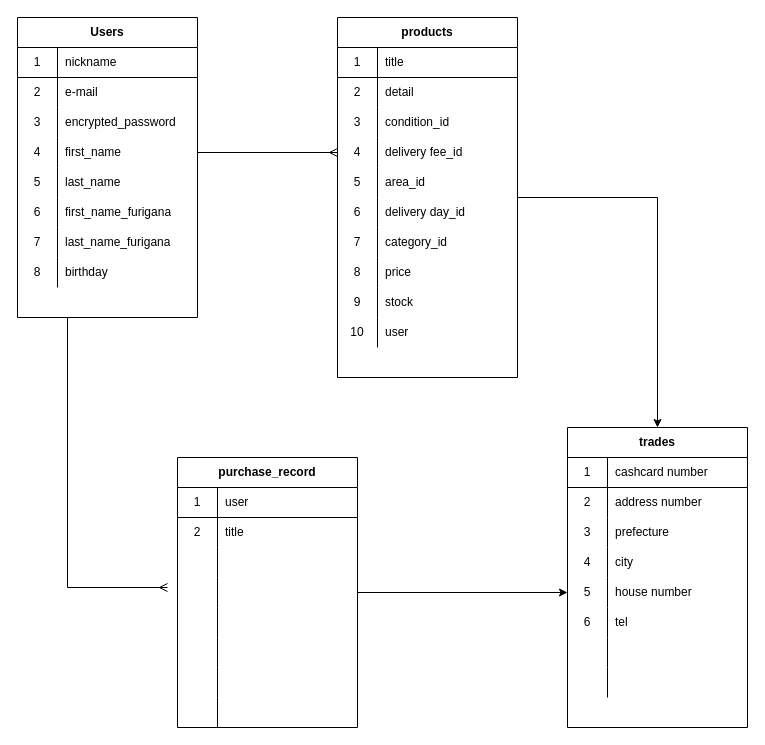
Earlier version of the draw.io diagram database.dio (sontixyou/furima-33852). Source tidied: cells renumbered, new cells numbered last; positions are measured from the earlier drawing's top-left corner, leaving out a move shared by most shapes. Both pictures are drawn from the tidied source at 100%, with x=0, y=0 at pixel (17, 17).
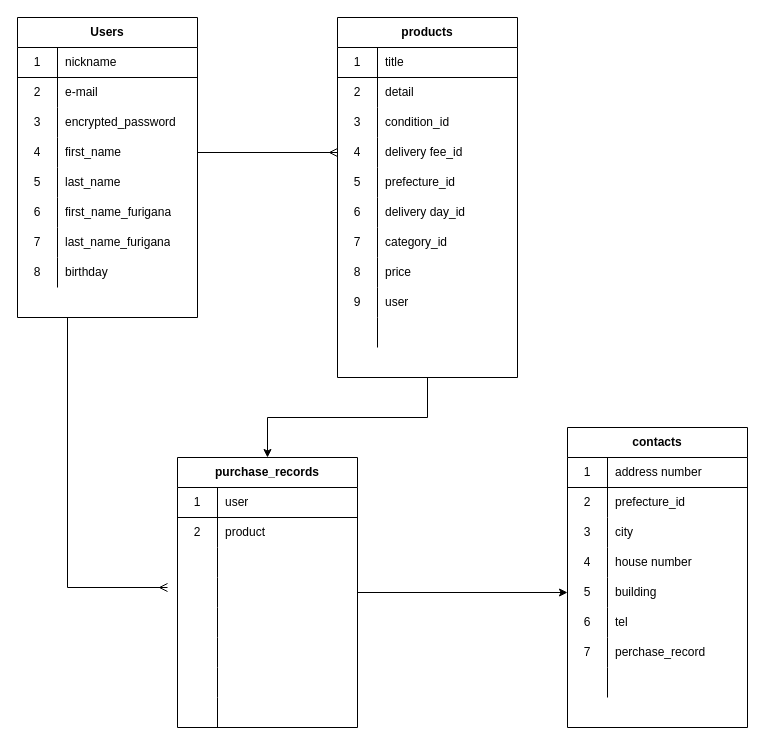
The same page after the edit.

Commit message (it also covers changes not shown here):
テーブル修正4

The change refers to these unchanged cells:
```xml
<mxCell id="29" value="products" style="shape=table;html=1;whiteSpace=wrap;startSize=30;childLayout=tableLayout;rowLines=0;fontStyle=1;align=center;" parent="1" vertex="1">
  <mxGeometry x="320" width="180" height="360" as="geometry" />
</mxCell>
<mxCell id="42" style="shape=partialRectangle;html=1;whiteSpace=wrap;fillColor=none;top=0;left=0;bottom=0;right=0;" parent="29" vertex="1">
  <mxGeometry y="150" width="180" height="30" as="geometry" />
</mxCell>
<mxCell id="54" style="shape=partialRectangle;html=1;whiteSpace=wrap;fillColor=none;top=0;left=0;bottom=0;right=0;" parent="29" vertex="1">
  <mxGeometry y="270" width="180" height="30" as="geometry" />
</mxCell>
<mxCell id="57" style="shape=partialRectangle;html=1;whiteSpace=wrap;fillColor=none;top=0;left=0;bottom=0;right=0;" parent="29" vertex="1">
  <mxGeometry y="300" width="180" height="30" as="geometry" />
</mxCell>
<mxCell id="64" style="shape=partialRectangle;html=1;whiteSpace=wrap;fillColor=none;top=0;left=0;bottom=0;right=0;" parent="60" vertex="1">
  <mxGeometry y="60" width="180" height="30" as="geometry" />
</mxCell>
<mxCell id="88" style="shape=partialRectangle;html=1;whiteSpace=wrap;fillColor=none;top=0;left=0;bottom=1;right=0;" parent="87" vertex="1">
  <mxGeometry y="30" width="180" height="30" as="geometry" />
</mxCell>
<mxCell id="91" style="shape=partialRectangle;html=1;whiteSpace=wrap;fillColor=none;top=0;left=0;bottom=0;right=0;" parent="87" vertex="1">
  <mxGeometry y="60" width="180" height="30" as="geometry" />
</mxCell>
<mxCell id="94" style="shape=partialRectangle;html=1;whiteSpace=wrap;fillColor=none;top=0;left=0;bottom=0;right=0;" parent="87" vertex="1">
  <mxGeometry y="90" width="180" height="30" as="geometry" />
</mxCell>
<mxCell id="97" style="shape=partialRectangle;html=1;whiteSpace=wrap;fillColor=none;top=0;left=0;bottom=0;right=0;" parent="87" vertex="1">
  <mxGeometry y="120" width="180" height="30" as="geometry" />
</mxCell>
<mxCell id="100" style="shape=partialRectangle;html=1;whiteSpace=wrap;fillColor=none;top=0;left=0;bottom=0;right=0;points=[[0,0.5],[1,0.5]];portConstraint=eastwest;" parent="87" vertex="1">
  <mxGeometry y="150" width="180" height="30" as="geometry" />
</mxCell>
<mxCell id="106" style="shape=partialRectangle;html=1;whiteSpace=wrap;fillColor=none;top=0;left=0;bottom=0;right=0;" parent="87" vertex="1">
  <mxGeometry y="210" width="180" height="30" as="geometry" />
</mxCell>
```

Diff of the diagram source:
```diff
@@
-    <mxCell id="28" style="edgeStyle=orthogonalEdgeStyle;rounded=0;jettySize=auto;html=1;entryX=0.5;entryY=0;entryDx=0;entryDy=0;" parent="1" edge="1" source="29" target="87">
-      <mxGeometry relative="1" as="geometry" />
-    </mxCell>
+    <mxCell id="113" style="edgeStyle=orthogonalEdgeStyle;rounded=0;jettySize=auto;html=1;endArrow=classic;endFill=1;" parent="1" edge="1" source="29" target="60">
+      <mxGeometry relative="1" as="geometry" />
+    </mxCell>
@@
-    <mxCell id="44" value="area_id" style="shape=partialRectangle;html=1;whiteSpace=wrap;fillColor=none;top=0;left=0;bottom=0;right=0;align=left;spacingLeft=6;overflow=hidden;" parent="42" vertex="1">
+    <mxCell id="44" value="prefecture_id" style="shape=partialRectangle;html=1;whiteSpace=wrap;fillColor=none;top=0;left=0;bottom=0;right=0;align=left;spacingLeft=6;overflow=hidden;" parent="42" vertex="1">
       <mxGeometry x="40" width="140" height="30" as="geometry" />
     </mxCell>
@@
-    <mxCell id="56" value="stock" style="shape=partialRectangle;html=1;whiteSpace=wrap;fillColor=none;top=0;left=0;bottom=0;right=0;align=left;spacingLeft=6;overflow=hidden;" parent="54" vertex="1">
+    <mxCell id="56" value="user" style="shape=partialRectangle;html=1;whiteSpace=wrap;fillColor=none;top=0;left=0;bottom=0;right=0;align=left;spacingLeft=6;overflow=hidden;" parent="54" vertex="1">
       <mxGeometry x="40" width="140" height="30" as="geometry" />
     </mxCell>
@@
-    <mxCell id="58" value="10" style="shape=partialRectangle;html=1;whiteSpace=wrap;fillColor=none;top=0;left=0;bottom=0;right=0;overflow=hidden;" parent="57" vertex="1">
+    <mxCell id="58" style="shape=partialRectangle;html=1;whiteSpace=wrap;fillColor=none;top=0;left=0;bottom=0;right=0;overflow=hidden;" parent="57" vertex="1">
       <mxGeometry width="40" height="30" as="geometry" />
     </mxCell>
-    <mxCell id="59" value="user" style="shape=partialRectangle;html=1;whiteSpace=wrap;fillColor=none;top=0;left=0;bottom=0;right=0;align=left;spacingLeft=6;overflow=hidden;" parent="57" vertex="1">
+    <mxCell id="59" style="shape=partialRectangle;html=1;whiteSpace=wrap;fillColor=none;top=0;left=0;bottom=0;right=0;align=left;spacingLeft=6;overflow=hidden;" parent="57" vertex="1">
       <mxGeometry x="40" width="140" height="30" as="geometry" />
     </mxCell>
-    <mxCell id="60" value="purchase_record" style="shape=table;html=1;whiteSpace=wrap;startSize=30;childLayout=tableLayout;rowLines=0;fontStyle=1;align=center;" parent="1" vertex="1">
+    <mxCell id="60" value="purchase_records" style="shape=table;html=1;whiteSpace=wrap;startSize=30;childLayout=tableLayout;rowLines=0;fontStyle=1;align=center;" parent="1" vertex="1">
       <mxGeometry x="160" y="440" width="180" height="270" as="geometry" />
     </mxCell>
@@
-    <mxCell id="66" value="title" style="shape=partialRectangle;html=1;whiteSpace=wrap;fillColor=none;top=0;left=0;bottom=0;right=0;align=left;spacingLeft=6;overflow=hidden;" parent="64" vertex="1">
+    <mxCell id="66" value="product" style="shape=partialRectangle;html=1;whiteSpace=wrap;fillColor=none;top=0;left=0;bottom=0;right=0;align=left;spacingLeft=6;overflow=hidden;" parent="64" vertex="1">
       <mxGeometry x="40" width="140" height="30" as="geometry" />
     </mxCell>
@@
-    <mxCell id="87" value="trades" style="shape=table;html=1;whiteSpace=wrap;startSize=30;childLayout=tableLayout;rowLines=0;fontStyle=1;align=center;" parent="1" vertex="1">
+    <mxCell id="87" value="contacts" style="shape=table;html=1;whiteSpace=wrap;startSize=30;childLayout=tableLayout;rowLines=0;fontStyle=1;align=center;" parent="1" vertex="1">
       <mxGeometry x="550" y="410" width="180" height="300" as="geometry" />
     </mxCell>
@@
-    <mxCell id="90" value="cashcard number" style="shape=partialRectangle;html=1;whiteSpace=wrap;fillColor=none;top=0;left=0;bottom=0;right=0;align=left;spacingLeft=6;overflow=hidden;" parent="88" vertex="1">
+    <mxCell id="90" value="&lt;span&gt;address number&lt;/span&gt;" style="shape=partialRectangle;html=1;whiteSpace=wrap;fillColor=none;top=0;left=0;bottom=0;right=0;align=left;spacingLeft=6;overflow=hidden;" parent="88" vertex="1">
       <mxGeometry x="40" width="140" height="30" as="geometry" />
     </mxCell>
@@
-    <mxCell id="93" value="address number" style="shape=partialRectangle;html=1;whiteSpace=wrap;fillColor=none;top=0;left=0;bottom=0;right=0;align=left;spacingLeft=6;overflow=hidden;" parent="91" vertex="1">
+    <mxCell id="93" value="&lt;span&gt;prefecture_id&lt;/span&gt;" style="shape=partialRectangle;html=1;whiteSpace=wrap;fillColor=none;top=0;left=0;bottom=0;right=0;align=left;spacingLeft=6;overflow=hidden;" parent="91" vertex="1">
       <mxGeometry x="40" width="140" height="30" as="geometry" />
     </mxCell>
@@
-    <mxCell id="96" value="prefecture" style="shape=partialRectangle;html=1;whiteSpace=wrap;fillColor=none;top=0;left=0;bottom=0;right=0;align=left;spacingLeft=6;overflow=hidden;" parent="94" vertex="1">
+    <mxCell id="96" value="&lt;span&gt;city&lt;/span&gt;" style="shape=partialRectangle;html=1;whiteSpace=wrap;fillColor=none;top=0;left=0;bottom=0;right=0;align=left;spacingLeft=6;overflow=hidden;" parent="94" vertex="1">
       <mxGeometry x="40" width="140" height="30" as="geometry" />
     </mxCell>
@@
-    <mxCell id="99" value="city" style="shape=partialRectangle;html=1;whiteSpace=wrap;fillColor=none;top=0;left=0;bottom=0;right=0;align=left;spacingLeft=6;overflow=hidden;" parent="97" vertex="1">
+    <mxCell id="99" value="&lt;span&gt;house number&lt;/span&gt;" style="shape=partialRectangle;html=1;whiteSpace=wrap;fillColor=none;top=0;left=0;bottom=0;right=0;align=left;spacingLeft=6;overflow=hidden;" parent="97" vertex="1">
       <mxGeometry x="40" width="140" height="30" as="geometry" />
     </mxCell>
@@
-    <mxCell id="102" value="house number" style="shape=partialRectangle;html=1;whiteSpace=wrap;fillColor=none;top=0;left=0;bottom=0;right=0;align=left;spacingLeft=6;overflow=hidden;" parent="100" vertex="1">
+    <mxCell id="102" value="building" style="shape=partialRectangle;html=1;whiteSpace=wrap;fillColor=none;top=0;left=0;bottom=0;right=0;align=left;spacingLeft=6;overflow=hidden;" parent="100" vertex="1">
       <mxGeometry x="40" width="140" height="30" as="geometry" />
     </mxCell>
@@
-    <mxCell id="107" style="shape=partialRectangle;html=1;whiteSpace=wrap;fillColor=none;top=0;left=0;bottom=0;right=0;overflow=hidden;" parent="106" vertex="1">
+    <mxCell id="107" value="7" style="shape=partialRectangle;html=1;whiteSpace=wrap;fillColor=none;top=0;left=0;bottom=0;right=0;overflow=hidden;" parent="106" vertex="1">
       <mxGeometry width="40" height="30" as="geometry" />
     </mxCell>
-    <mxCell id="108" style="shape=partialRectangle;html=1;whiteSpace=wrap;fillColor=none;top=0;left=0;bottom=0;right=0;align=left;spacingLeft=6;overflow=hidden;" parent="106" vertex="1">
+    <mxCell id="108" value="perchase_record" style="shape=partialRectangle;html=1;whiteSpace=wrap;fillColor=none;top=0;left=0;bottom=0;right=0;align=left;spacingLeft=6;overflow=hidden;" parent="106" vertex="1">
       <mxGeometry x="40" width="140" height="30" as="geometry" />
     </mxCell>
```
